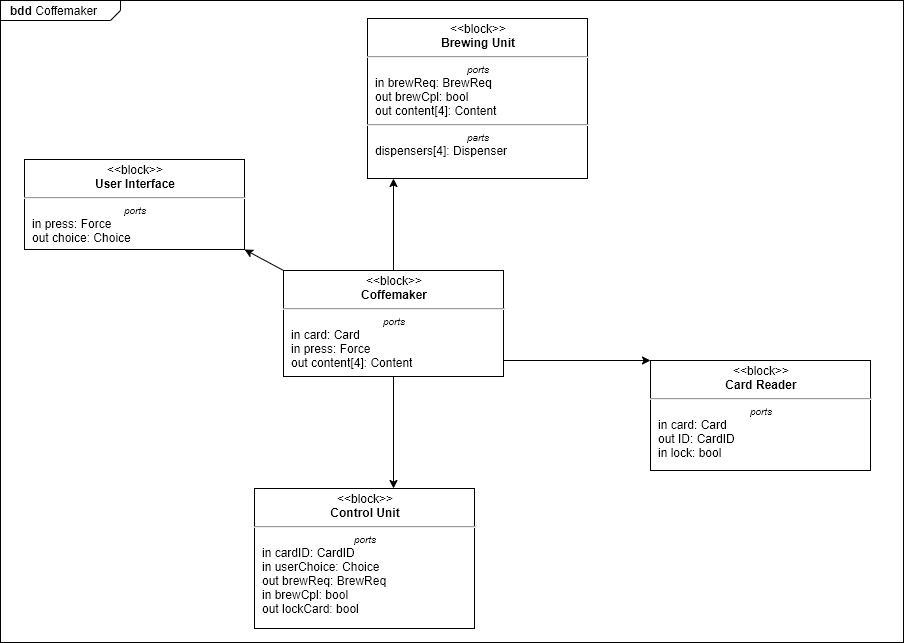
ISE-Gruppe-37/Opgave-B keeps this draw.io diagram as figs/Kaffeautomat_BDD.png. Above is the earlier version. Source tidied: cells renumbered, new cells last; positions are measured from the earlier drawing's top-left corner, leaving out a move shared by most shapes.
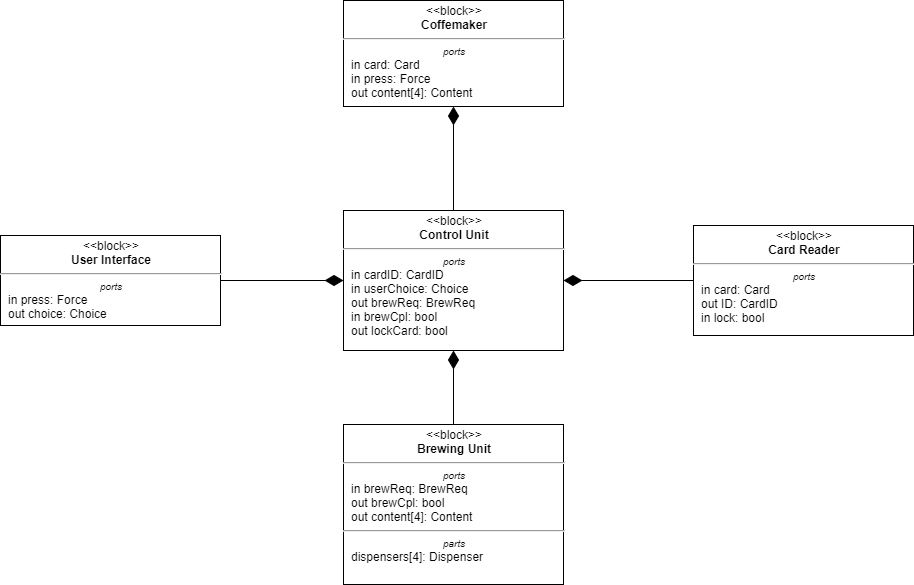
After the commit.

Commit message:
Combine all charts to single draw.io file

What changed in the source:
```diff
@@ -1,36 +1,33 @@
 <mxGraphModel>
   <root>
-    <mxCell id="0" />
-    <mxCell id="1" parent="0" />
-    <mxCell id="2" value="&lt;p style=&quot;margin: 0px ; margin-top: 4px ; margin-left: 10px ; text-align: left&quot;&gt;&lt;b&gt;bdd&lt;/b&gt;   Coffemaker&lt;/p&gt;" style="html=1;strokeWidth=1;shape=mxgraph.sysml.package;labelX=120;align=left;spacingLeft=10;overflow=fill;rounded=0;" parent="1" vertex="1">
-      <mxGeometry width="903" height="642" as="geometry" />
-    </mxCell>
-    <mxCell id="3" style="edgeStyle=orthogonalEdgeStyle;rounded=0;jettySize=auto;html=1;noEdgeStyle=1;orthogonal=1;" parent="1" edge="1" source="5" target="7">
-      <mxGeometry relative="1" as="geometry" />
-    </mxCell>
-    <mxCell id="4" style="edgeStyle=orthogonalEdgeStyle;rounded=0;jettySize=auto;html=1;noEdgeStyle=1;orthogonal=1;" parent="1" edge="1" source="5" target="6">
-      <mxGeometry relative="1" as="geometry" />
-    </mxCell>
+    <mxCell id="12" />
+    <mxCell id="13" parent="12" />
-    <mxCell id="5" value="&lt;p style=&quot;margin: 0px ; margin-top: 4px ; text-align: center&quot;&gt;&amp;lt;&amp;lt;block&amp;gt;&amp;gt;&lt;br&gt;&lt;b&gt;Coffemaker&lt;/b&gt;&lt;/p&gt;&lt;hr&gt;&lt;p style=&quot;font-size: 10px ; margin: 0px ; text-align: center&quot;&gt;&lt;i&gt;ports&lt;/i&gt;&lt;/p&gt;&lt;p style=&quot;margin: 0px 0px 0px 8px&quot;&gt;&lt;span&gt;in card: Card&lt;/span&gt;&lt;br&gt;&lt;/p&gt;&lt;p style=&quot;margin: 0px 0px 0px 8px&quot;&gt;in press: Force&lt;/p&gt;&lt;p style=&quot;margin: 0px 0px 0px 8px&quot;&gt;&lt;span&gt;out content[4]: Content&lt;/span&gt;&lt;span&gt;&amp;nbsp;&lt;/span&gt;&lt;br&gt;&lt;/p&gt;&lt;p style=&quot;margin: 0px ; text-align: center ; font-size: 10px&quot;&gt;&lt;br&gt;&lt;/p&gt;" style="shape=rect;html=1;overflow=fill;verticalAlign=top;align=left;whiteSpace=wrap;rounded=0;gradientColor=none;" parent="1" vertex="1">
-      <mxGeometry x="283" y="270" width="220" height="106" as="geometry" />
+    <mxCell id="5" value="&lt;p style=&quot;margin: 0px ; margin-top: 4px ; text-align: center&quot;&gt;&amp;lt;&amp;lt;block&amp;gt;&amp;gt;&lt;br&gt;&lt;b&gt;Coffemaker&lt;/b&gt;&lt;/p&gt;&lt;hr&gt;&lt;p style=&quot;font-size: 10px ; margin: 0px ; text-align: center&quot;&gt;&lt;i&gt;ports&lt;/i&gt;&lt;/p&gt;&lt;p style=&quot;margin: 0px 0px 0px 8px&quot;&gt;&lt;span&gt;in card: Card&lt;/span&gt;&lt;br&gt;&lt;/p&gt;&lt;p style=&quot;margin: 0px 0px 0px 8px&quot;&gt;in press: Force&lt;/p&gt;&lt;p style=&quot;margin: 0px 0px 0px 8px&quot;&gt;&lt;span&gt;out content[4]: Content&lt;/span&gt;&lt;span&gt;&amp;nbsp;&lt;/span&gt;&lt;br&gt;&lt;/p&gt;&lt;p style=&quot;margin: 0px ; text-align: center ; font-size: 10px&quot;&gt;&lt;br&gt;&lt;/p&gt;" style="shape=rect;html=1;overflow=fill;verticalAlign=top;align=left;whiteSpace=wrap;rounded=0;" parent="13" vertex="1">
+      <mxGeometry x="326" y="3" width="220" height="106" as="geometry" />
     </mxCell>
+    <mxCell id="14" style="edgeStyle=orthogonalEdgeStyle;rounded=0;jettySize=auto;html=1;endArrow=diamondThin;endFill=1;endSize=16;" parent="13" edge="1" source="6" target="9">
+      <mxGeometry relative="1" as="geometry" />
+    </mxCell>
-    <mxCell id="6" value="&lt;p style=&quot;margin: 0px ; margin-top: 4px ; text-align: center&quot;&gt;&amp;lt;&amp;lt;block&amp;gt;&amp;gt;&lt;br&gt;&lt;b&gt;Card Reader&lt;/b&gt;&lt;/p&gt;&lt;hr&gt;&lt;p style=&quot;font-size: 10px ; margin: 0px ; text-align: center&quot;&gt;&lt;i&gt;ports&lt;/i&gt;&lt;/p&gt;&lt;p style=&quot;margin: 0px 0px 0px 8px&quot;&gt;in card: Card&lt;/p&gt;&lt;p style=&quot;margin: 0px 0px 0px 8px&quot;&gt;out ID: CardID&lt;/p&gt;&lt;p style=&quot;margin: 0px 0px 0px 8px&quot;&gt;&lt;span&gt;in lock: bool&lt;/span&gt;&lt;span&gt;&amp;nbsp;&lt;/span&gt;&lt;br&gt;&lt;/p&gt;&lt;p style=&quot;margin: 0px ; text-align: center ; font-size: 10px&quot;&gt;&lt;br&gt;&lt;/p&gt;" style="shape=rect;html=1;overflow=fill;verticalAlign=top;align=left;whiteSpace=wrap;" parent="1" vertex="1">
-      <mxGeometry x="650" y="360" width="220" height="110" as="geometry" />
+    <mxCell id="6" value="&lt;p style=&quot;margin: 0px ; margin-top: 4px ; text-align: center&quot;&gt;&amp;lt;&amp;lt;block&amp;gt;&amp;gt;&lt;br&gt;&lt;b&gt;Card Reader&lt;/b&gt;&lt;/p&gt;&lt;hr&gt;&lt;p style=&quot;font-size: 10px ; margin: 0px ; text-align: center&quot;&gt;&lt;i&gt;ports&lt;/i&gt;&lt;/p&gt;&lt;p style=&quot;margin: 0px 0px 0px 8px&quot;&gt;in card: Card&lt;/p&gt;&lt;p style=&quot;margin: 0px 0px 0px 8px&quot;&gt;out ID: CardID&lt;/p&gt;&lt;p style=&quot;margin: 0px 0px 0px 8px&quot;&gt;&lt;span&gt;in lock: bool&lt;/span&gt;&lt;span&gt;&amp;nbsp;&lt;/span&gt;&lt;br&gt;&lt;/p&gt;&lt;p style=&quot;margin: 0px ; text-align: center ; font-size: 10px&quot;&gt;&lt;br&gt;&lt;/p&gt;" style="shape=rect;html=1;overflow=fill;verticalAlign=top;align=left;whiteSpace=wrap;" parent="13" vertex="1">
+      <mxGeometry x="676" y="228" width="220" height="110" as="geometry" />
     </mxCell>
+    <mxCell id="15" style="edgeStyle=orthogonalEdgeStyle;rounded=0;jettySize=auto;html=1;endArrow=diamondThin;endFill=1;endSize=16;" parent="13" edge="1" source="7" target="9">
+      <mxGeometry relative="1" as="geometry" />
+    </mxCell>
-    <mxCell id="7" value="&lt;p style=&quot;margin: 0px ; margin-top: 4px ; text-align: center&quot;&gt;&amp;lt;&amp;lt;block&amp;gt;&amp;gt;&lt;br&gt;&lt;b&gt;User Interface&lt;/b&gt;&lt;/p&gt;&lt;hr&gt;&lt;p style=&quot;font-size: 10px ; margin: 0px ; text-align: center&quot;&gt;&lt;i&gt;ports&lt;/i&gt;&lt;/p&gt;&lt;p style=&quot;margin: 0px 0px 0px 8px&quot;&gt;in press: Force&lt;/p&gt;&lt;p style=&quot;margin: 0px 0px 0px 8px&quot;&gt;out choice: Choice&lt;/p&gt;" style="shape=rect;html=1;overflow=fill;verticalAlign=top;align=left;whiteSpace=wrap;" parent="1" vertex="1">
-      <mxGeometry x="24" y="159" width="220" height="90" as="geometry" />
+    <mxCell id="7" value="&lt;p style=&quot;margin: 0px ; margin-top: 4px ; text-align: center&quot;&gt;&amp;lt;&amp;lt;block&amp;gt;&amp;gt;&lt;br&gt;&lt;b&gt;User Interface&lt;/b&gt;&lt;/p&gt;&lt;hr&gt;&lt;p style=&quot;font-size: 10px ; margin: 0px ; text-align: center&quot;&gt;&lt;i&gt;ports&lt;/i&gt;&lt;/p&gt;&lt;p style=&quot;margin: 0px 0px 0px 8px&quot;&gt;in press: Force&lt;/p&gt;&lt;p style=&quot;margin: 0px 0px 0px 8px&quot;&gt;out choice: Choice&lt;/p&gt;" style="shape=rect;html=1;overflow=fill;verticalAlign=top;align=left;whiteSpace=wrap;" parent="13" vertex="1">
+      <mxGeometry x="-17" y="238" width="220" height="90" as="geometry" />
     </mxCell>
-    <mxCell id="8" style="edgeStyle=orthogonalEdgeStyle;rounded=0;jettySize=auto;html=1;noEdgeStyle=1;orthogonal=1;" parent="1" edge="1" source="5" target="9">
-      <mxGeometry relative="1" as="geometry" />
-    </mxCell>
+    <mxCell id="16" style="edgeStyle=orthogonalEdgeStyle;rounded=0;jettySize=auto;html=1;endArrow=diamondThin;endFill=1;endSize=16;" parent="13" edge="1" source="9" target="5">
+      <mxGeometry relative="1" as="geometry" />
+    </mxCell>
-    <mxCell id="9" value="&lt;p style=&quot;margin: 0px ; margin-top: 4px ; text-align: center&quot;&gt;&amp;lt;&amp;lt;block&amp;gt;&amp;gt;&lt;br&gt;&lt;b&gt;Control Unit&lt;/b&gt;&lt;/p&gt;&lt;hr&gt;&lt;p style=&quot;font-size: 10px ; margin: 0px ; text-align: center&quot;&gt;&lt;i&gt;ports&lt;/i&gt;&lt;/p&gt;&lt;p style=&quot;margin: 0px 0px 0px 8px&quot;&gt;in cardID: CardID&lt;/p&gt;&lt;p style=&quot;margin: 0px 0px 0px 8px&quot;&gt;in userChoice: Choice&lt;/p&gt;&lt;p style=&quot;margin: 0px 0px 0px 8px&quot;&gt;out brewReq: BrewReq&lt;/p&gt;&lt;p style=&quot;margin: 0px 0px 0px 8px&quot;&gt;in brewCpl: bool&lt;/p&gt;&lt;p style=&quot;margin: 0px 0px 0px 8px&quot;&gt;out lockCard: bool&lt;/p&gt;" style="shape=rect;html=1;overflow=fill;verticalAlign=top;align=left;whiteSpace=wrap;" parent="1" vertex="1">
-      <mxGeometry x="254" y="488" width="220" height="140" as="geometry" />
+    <mxCell id="9" value="&lt;p style=&quot;margin: 0px ; margin-top: 4px ; text-align: center&quot;&gt;&amp;lt;&amp;lt;block&amp;gt;&amp;gt;&lt;br&gt;&lt;b&gt;Control Unit&lt;/b&gt;&lt;/p&gt;&lt;hr&gt;&lt;p style=&quot;font-size: 10px ; margin: 0px ; text-align: center&quot;&gt;&lt;i&gt;ports&lt;/i&gt;&lt;/p&gt;&lt;p style=&quot;margin: 0px 0px 0px 8px&quot;&gt;in cardID: CardID&lt;/p&gt;&lt;p style=&quot;margin: 0px 0px 0px 8px&quot;&gt;in userChoice: Choice&lt;/p&gt;&lt;p style=&quot;margin: 0px 0px 0px 8px&quot;&gt;out brewReq: BrewReq&lt;/p&gt;&lt;p style=&quot;margin: 0px 0px 0px 8px&quot;&gt;in brewCpl: bool&lt;/p&gt;&lt;p style=&quot;margin: 0px 0px 0px 8px&quot;&gt;out lockCard: bool&lt;/p&gt;" style="shape=rect;html=1;overflow=fill;verticalAlign=top;align=left;whiteSpace=wrap;" parent="13" vertex="1">
+      <mxGeometry x="326" y="213" width="220" height="140" as="geometry" />
     </mxCell>
-    <mxCell id="10" style="edgeStyle=orthogonalEdgeStyle;rounded=0;jettySize=auto;html=1;noEdgeStyle=1;orthogonal=1;" parent="1" edge="1" source="5" target="11">
-      <mxGeometry relative="1" as="geometry" />
-    </mxCell>
+    <mxCell id="17" style="edgeStyle=orthogonalEdgeStyle;rounded=0;jettySize=auto;html=1;endArrow=diamondThin;endFill=1;endSize=16;" parent="13" edge="1" source="11" target="9">
+      <mxGeometry relative="1" as="geometry" />
+    </mxCell>
-    <mxCell id="11" value="&lt;p style=&quot;margin: 0px ; margin-top: 4px ; text-align: center&quot;&gt;&amp;lt;&amp;lt;block&amp;gt;&amp;gt;&lt;br&gt;&lt;b&gt;Brewing Unit&lt;/b&gt;&lt;/p&gt;&lt;hr&gt;&lt;p style=&quot;font-size: 10px ; margin: 0px ; text-align: center&quot;&gt;&lt;i&gt;ports&lt;/i&gt;&lt;/p&gt;&lt;p style=&quot;margin: 0px 0px 0px 8px&quot;&gt;&lt;span&gt;in brewReq: BrewReq&lt;/span&gt;&lt;br&gt;&lt;/p&gt;&lt;p style=&quot;margin: 0px 0px 0px 8px&quot;&gt;out brewCpl: bool&lt;/p&gt;&lt;p style=&quot;margin: 0px 0px 0px 8px&quot;&gt;&lt;span&gt;out content[4]: Content&lt;/span&gt;&lt;span&gt;&amp;nbsp;&lt;/span&gt;&lt;br&gt;&lt;/p&gt;&lt;hr&gt;&lt;p style=&quot;margin: 0px ; text-align: center ; font-size: 10px&quot;&gt;&lt;i&gt;parts&lt;/i&gt;&lt;/p&gt;&lt;p style=&quot;margin: 0px ; margin-left: 8px ; text-align: left&quot;&gt;dispensers[4]: Dispenser&lt;/p&gt;" style="shape=rect;html=1;overflow=fill;verticalAlign=top;align=left;whiteSpace=wrap;" parent="1" vertex="1">
-      <mxGeometry x="367" y="18" width="220" height="160" as="geometry" />
+    <mxCell id="11" value="&lt;p style=&quot;margin: 0px ; margin-top: 4px ; text-align: center&quot;&gt;&amp;lt;&amp;lt;block&amp;gt;&amp;gt;&lt;br&gt;&lt;b&gt;Brewing Unit&lt;/b&gt;&lt;/p&gt;&lt;hr&gt;&lt;p style=&quot;font-size: 10px ; margin: 0px ; text-align: center&quot;&gt;&lt;i&gt;ports&lt;/i&gt;&lt;/p&gt;&lt;p style=&quot;margin: 0px 0px 0px 8px&quot;&gt;&lt;span&gt;in brewReq: BrewReq&lt;/span&gt;&lt;br&gt;&lt;/p&gt;&lt;p style=&quot;margin: 0px 0px 0px 8px&quot;&gt;out brewCpl: bool&lt;/p&gt;&lt;p style=&quot;margin: 0px 0px 0px 8px&quot;&gt;&lt;span&gt;out content[4]: Content&lt;/span&gt;&lt;span&gt;&amp;nbsp;&lt;/span&gt;&lt;br&gt;&lt;/p&gt;&lt;hr&gt;&lt;p style=&quot;margin: 0px ; text-align: center ; font-size: 10px&quot;&gt;&lt;i&gt;parts&lt;/i&gt;&lt;/p&gt;&lt;p style=&quot;margin: 0px ; margin-left: 8px ; text-align: left&quot;&gt;dispensers[4]: Dispenser&lt;/p&gt;" style="shape=rect;html=1;overflow=fill;verticalAlign=top;align=left;whiteSpace=wrap;" parent="13" vertex="1">
+      <mxGeometry x="326" y="427" width="220" height="160" as="geometry" />
     </mxCell>
   </root>
 </mxGraphModel>
```
